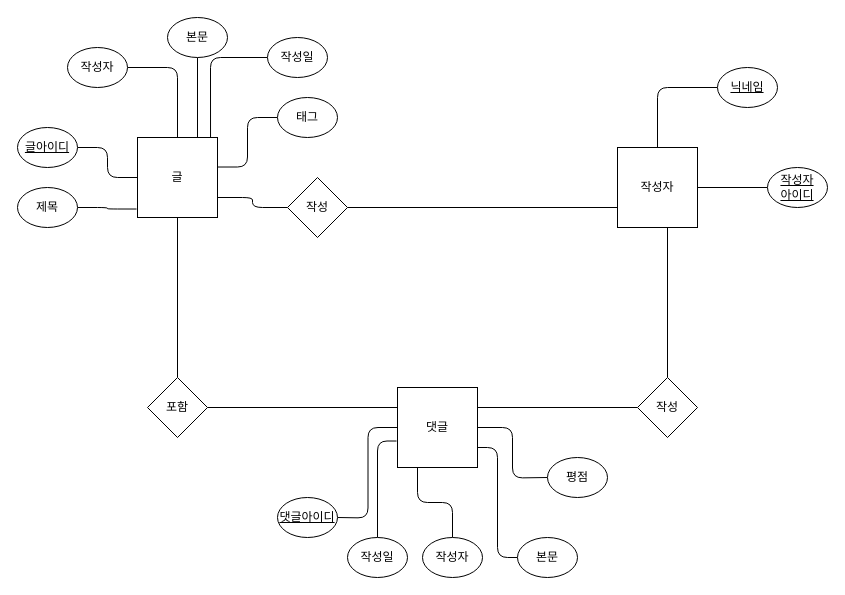
This is 레시피아.drawio from jihun-24k/gitfth, a draw.io file, before an edit. Source tidied: cells renumbered, new cells numbered last; positions are measured from the earlier drawing's top-left corner, leaving out a move shared by most shapes. Both pictures are drawn from the tidied source at 100%, with x=0, y=0 at pixel (17, 17).
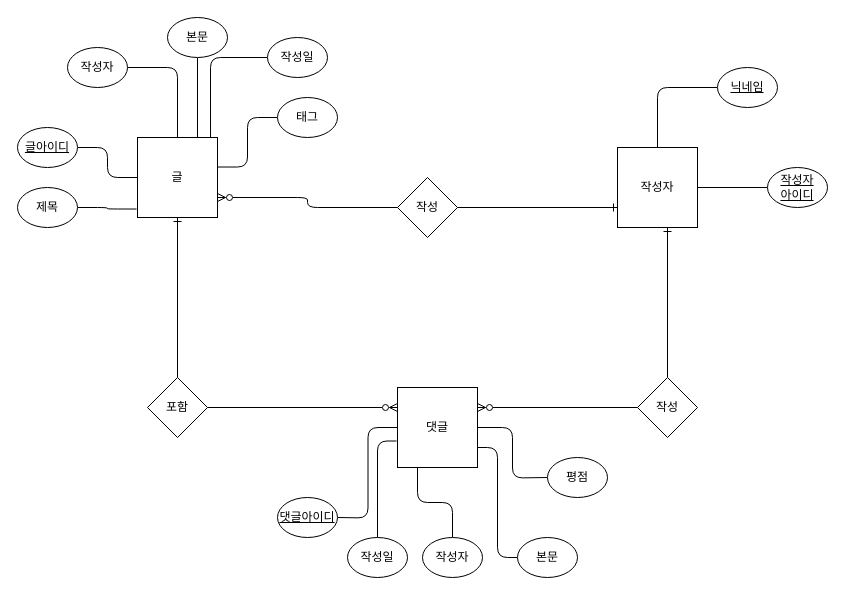
After the change.

Commit message:
Docs: 릴레이션 설계

Unchanged cells that the change refers to:
```xml
<mxCell id="2" value="글" style="rounded=0;whiteSpace=wrap;html=1;" parent="1" vertex="1">
  <mxGeometry x="120" y="120" width="80" height="80" as="geometry" />
</mxCell>
<mxCell id="3" value="댓글" style="rounded=0;whiteSpace=wrap;html=1;" parent="1" vertex="1">
  <mxGeometry x="380" y="370" width="80" height="80" as="geometry" />
</mxCell>
<mxCell id="4" value="작성자" style="rounded=0;whiteSpace=wrap;html=1;" parent="1" vertex="1">
  <mxGeometry x="600" y="130" width="80" height="80" as="geometry" />
</mxCell>
<mxCell id="33" value="포함" style="rhombus;whiteSpace=wrap;html=1;" parent="1" vertex="1">
  <mxGeometry x="130" y="360" width="60" height="60" as="geometry" />
</mxCell>
<mxCell id="39" value="작성" style="rhombus;whiteSpace=wrap;html=1;" parent="1" vertex="1">
  <mxGeometry x="620" y="360" width="60" height="60" as="geometry" />
</mxCell>
```

Change to the diagram source:
```diff
@@
-    <mxCell id="31" style="edgeStyle=orthogonalEdgeStyle;rounded=1;jettySize=auto;html=1;entryX=0.5;entryY=1;entryDx=0;entryDy=0;endArrow=none;endFill=0;" parent="1" edge="1" source="33" target="2">
+    <mxCell id="31" style="edgeStyle=orthogonalEdgeStyle;rounded=1;jettySize=auto;html=1;entryX=0.5;entryY=1;entryDx=0;entryDy=0;endArrow=ERone;endFill=0;startArrow=none;startFill=0;" parent="1" edge="1" source="33" target="2">
       <mxGeometry relative="1" as="geometry" />
     </mxCell>
-    <mxCell id="32" style="edgeStyle=orthogonalEdgeStyle;rounded=1;jettySize=auto;html=1;entryX=0;entryY=0.25;entryDx=0;entryDy=0;endArrow=none;endFill=0;" parent="1" edge="1" source="33" target="3">
+    <mxCell id="32" style="edgeStyle=orthogonalEdgeStyle;rounded=1;jettySize=auto;html=1;entryX=0;entryY=0.25;entryDx=0;entryDy=0;endArrow=ERzeroToMany;endFill=0;startArrow=none;startFill=0;" parent="1" edge="1" source="33" target="3">
       <mxGeometry relative="1" as="geometry" />
     </mxCell>
@@
-    <mxCell id="34" style="edgeStyle=orthogonalEdgeStyle;rounded=1;jettySize=auto;html=1;entryX=0;entryY=0.75;entryDx=0;entryDy=0;endArrow=none;endFill=0;" parent="1" edge="1" source="36" target="4">
+    <mxCell id="34" style="edgeStyle=orthogonalEdgeStyle;rounded=1;jettySize=auto;html=1;entryX=0;entryY=0.75;entryDx=0;entryDy=0;endArrow=ERone;endFill=0;" parent="1" edge="1" source="36" target="4">
       <mxGeometry relative="1" as="geometry" />
     </mxCell>
-    <mxCell id="35" style="edgeStyle=orthogonalEdgeStyle;rounded=1;jettySize=auto;html=1;entryX=1;entryY=0.75;entryDx=0;entryDy=0;endArrow=none;endFill=0;" parent="1" edge="1" source="36" target="2">
+    <mxCell id="35" style="edgeStyle=orthogonalEdgeStyle;rounded=1;jettySize=auto;html=1;entryX=1;entryY=0.75;entryDx=0;entryDy=0;endArrow=ERzeroToMany;endFill=0;" parent="1" edge="1" source="36" target="2">
       <mxGeometry relative="1" as="geometry" />
     </mxCell>
     <mxCell id="36" value="작성" style="rhombus;whiteSpace=wrap;html=1;" parent="1" vertex="1">
-      <mxGeometry x="270" y="160" width="60" height="60" as="geometry" />
+      <mxGeometry x="380" y="160" width="60" height="60" as="geometry" />
     </mxCell>
-    <mxCell id="37" style="edgeStyle=orthogonalEdgeStyle;rounded=1;jettySize=auto;html=1;entryX=0.625;entryY=1;entryDx=0;entryDy=0;entryPerimeter=0;endArrow=none;endFill=0;" parent="1" edge="1" source="39" target="4">
+    <mxCell id="37" style="edgeStyle=orthogonalEdgeStyle;rounded=1;jettySize=auto;html=1;entryX=0.625;entryY=1;entryDx=0;entryDy=0;entryPerimeter=0;endArrow=ERone;endFill=0;" parent="1" edge="1" source="39" target="4">
       <mxGeometry relative="1" as="geometry" />
     </mxCell>
-    <mxCell id="38" style="edgeStyle=orthogonalEdgeStyle;rounded=1;jettySize=auto;html=1;entryX=1;entryY=0.25;entryDx=0;entryDy=0;endArrow=none;endFill=0;" parent="1" edge="1" source="39" target="3">
+    <mxCell id="38" style="edgeStyle=orthogonalEdgeStyle;rounded=1;jettySize=auto;html=1;entryX=1;entryY=0.25;entryDx=0;entryDy=0;endArrow=ERzeroToMany;endFill=0;startArrow=none;startFill=0;" parent="1" edge="1" source="39" target="3">
       <mxGeometry relative="1" as="geometry" />
     </mxCell>
```
